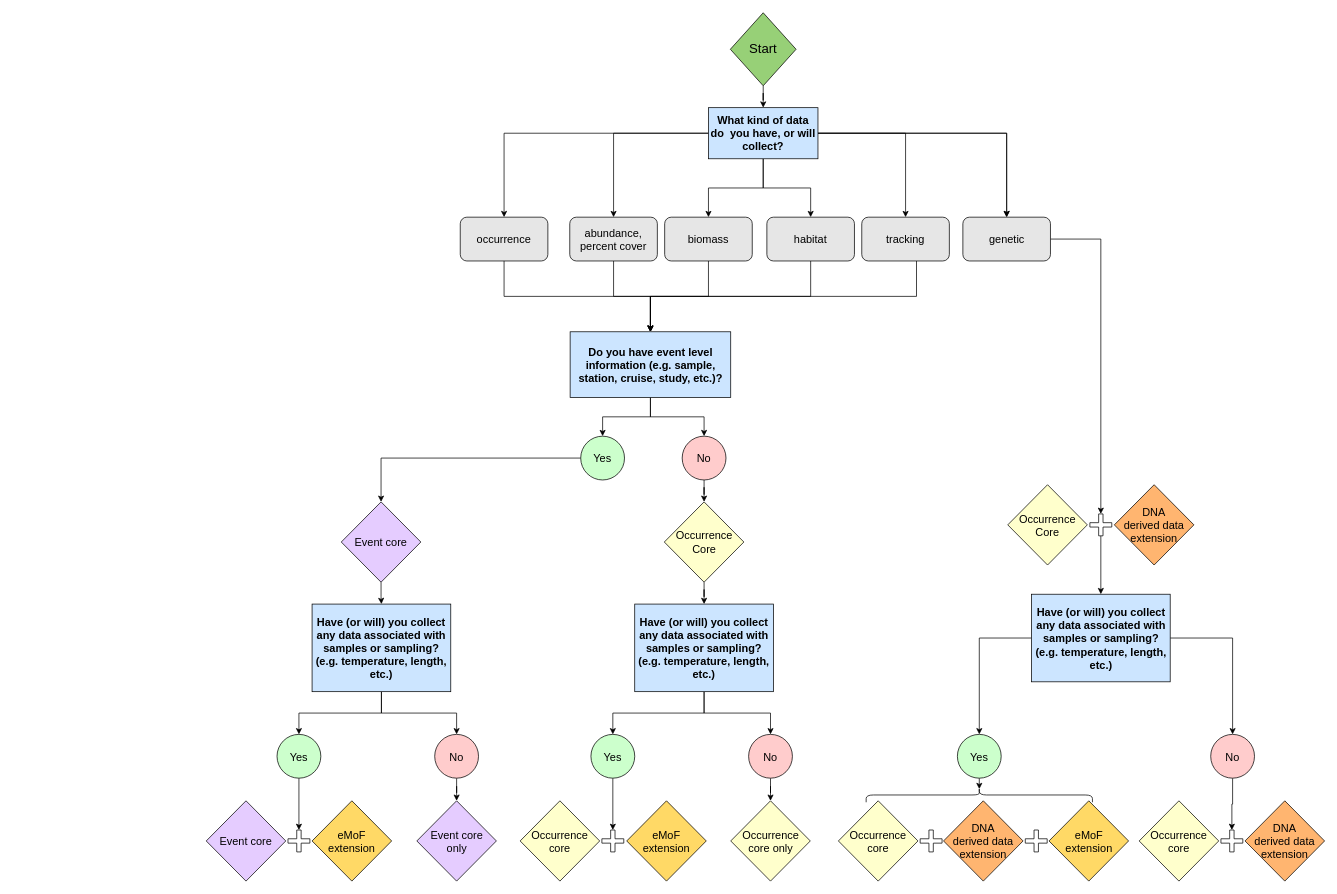
Earlier version of the draw.io diagram OBIS-dataStructure.drawio (EliLawrence/EL-manual). Source tidied: cells renumbered, new cells numbered last; positions are measured from the earlier drawing's top-left corner, leaving out a move shared by most shapes. Both pictures are drawn from the tidied source at 73%, with x=0, y=0 at pixel (206, 12).
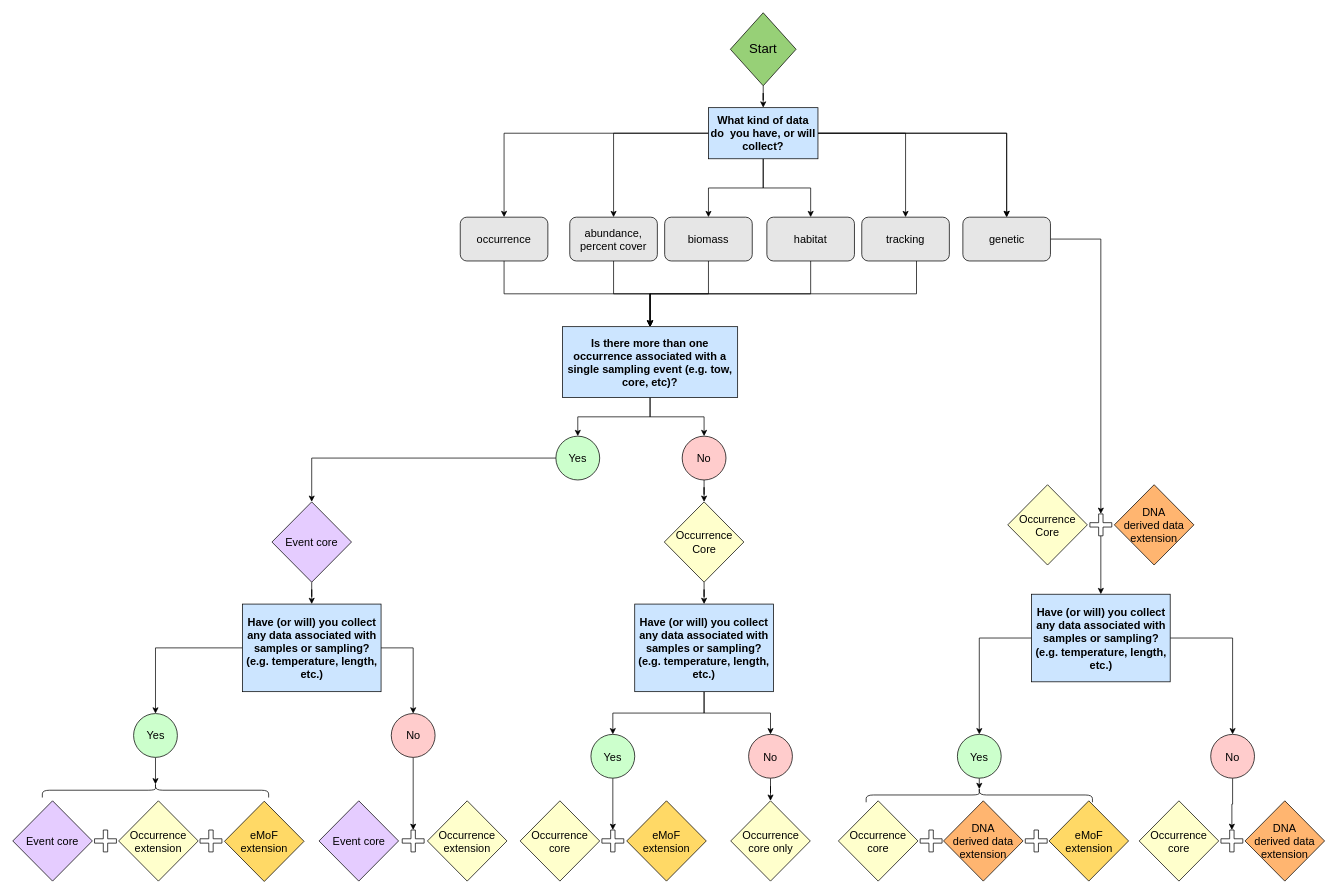
After the change.

Unchanged cells that the change refers to:
```xml
<mxCell id="9" value="What kind of data do&amp;nbsp; you have, or will collect?" style="rounded=0;whiteSpace=wrap;html=1;shadow=0;fillColor=#CCE5FF;fontStyle=1;fontSize=15;" parent="1" vertex="1">
  <mxGeometry x="688" y="130" width="150" height="70" as="geometry" />
</mxCell>
<mxCell id="10" value="occurrence" style="rounded=1;whiteSpace=wrap;html=1;fillColor=#E6E6E6;fontSize=15;" parent="1" vertex="1">
  <mxGeometry x="348" y="280" width="120" height="60" as="geometry" />
</mxCell>
<mxCell id="12" value="genetic" style="whiteSpace=wrap;html=1;rounded=1;fillColor=#E6E6E6;fontSize=15;" parent="1" vertex="1">
  <mxGeometry x="1036.5" y="280" width="120" height="60" as="geometry" />
</mxCell>
<mxCell id="15" value="biomass" style="whiteSpace=wrap;html=1;rounded=1;fillColor=#E6E6E6;fontSize=15;" parent="1" vertex="1">
  <mxGeometry x="628" y="280" width="120" height="60" as="geometry" />
</mxCell>
<mxCell id="17" value="tracking" style="whiteSpace=wrap;html=1;rounded=1;fillColor=#E6E6E6;fontSize=15;" parent="1" vertex="1">
  <mxGeometry x="898" y="280" width="120" height="60" as="geometry" />
</mxCell>
<mxCell id="19" value="habitat" style="whiteSpace=wrap;html=1;rounded=1;fillColor=#E6E6E6;fontSize=15;" parent="1" vertex="1">
  <mxGeometry x="768" y="280" width="120" height="60" as="geometry" />
</mxCell>
<mxCell id="24" value="abundance, percent cover" style="whiteSpace=wrap;html=1;rounded=1;fillColor=#E6E6E6;fontSize=15;" parent="1" vertex="1">
  <mxGeometry x="498" y="280" width="120" height="60" as="geometry" />
</mxCell>
<mxCell id="28" value="No" style="ellipse;whiteSpace=wrap;html=1;fillColor=#FFCCCC;fontSize=15;" parent="1" vertex="1">
  <mxGeometry x="652" y="580" width="60" height="60" as="geometry" />
</mxCell>
<mxCell id="35" value="Occurrence Core" style="rhombus;whiteSpace=wrap;html=1;fillColor=#FFFFCC;fontSize=15;" parent="1" vertex="1">
  <mxGeometry x="627.5" y="670" width="109" height="110" as="geometry" />
</mxCell>
```

The edit, as a diff of the source:
```diff
@@
-    <mxCell id="3" style="edgeStyle=orthogonalEdgeStyle;rounded=0;jettySize=auto;html=1;fontSize=15;" parent="1" edge="1" source="9" target="12">
-      <mxGeometry relative="1" as="geometry" />
-    </mxCell>
-    <mxCell id="4" style="edgeStyle=orthogonalEdgeStyle;rounded=0;jettySize=auto;html=1;fontSize=15;" parent="1" edge="1" source="9" target="12">
-      <mxGeometry relative="1" as="geometry" />
-    </mxCell>
+    <mxCell id="77" style="edgeStyle=orthogonalEdgeStyle;rounded=0;jettySize=auto;html=1;fontSize=15;" parent="1" edge="1" source="9" target="12">
+      <mxGeometry relative="1" as="geometry" />
+    </mxCell>
+    <mxCell id="78" style="edgeStyle=orthogonalEdgeStyle;rounded=0;jettySize=auto;html=1;fontSize=15;" parent="1" edge="1" source="9" target="12">
+      <mxGeometry relative="1" as="geometry" />
+    </mxCell>
@@
-    <mxCell id="13" style="edgeStyle=orthogonalEdgeStyle;rounded=0;jettySize=auto;html=1;exitX=0.5;exitY=1;exitDx=0;exitDy=0;fontSize=15;" parent="1" edge="1" source="24" target="22">
-      <mxGeometry relative="1" as="geometry" />
-    </mxCell>
-    <mxCell id="14" style="edgeStyle=orthogonalEdgeStyle;rounded=0;jettySize=auto;html=1;entryX=0.5;entryY=0;entryDx=0;entryDy=0;fontSize=15;" parent="1" edge="1" source="15" target="22">
-      <mxGeometry relative="1" as="geometry" />
-    </mxCell>
+    <mxCell id="79" style="edgeStyle=orthogonalEdgeStyle;rounded=0;jettySize=auto;html=1;exitX=0.5;exitY=1;exitDx=0;exitDy=0;fontSize=15;" parent="1" edge="1" source="24" target="85">
+      <mxGeometry relative="1" as="geometry" />
+    </mxCell>
+    <mxCell id="80" style="edgeStyle=orthogonalEdgeStyle;rounded=0;jettySize=auto;html=1;entryX=0.5;entryY=0;entryDx=0;entryDy=0;fontSize=15;" parent="1" edge="1" source="15" target="85">
+      <mxGeometry relative="1" as="geometry" />
+    </mxCell>
@@
-    <mxCell id="16" style="edgeStyle=orthogonalEdgeStyle;rounded=0;jettySize=auto;html=1;exitX=0.625;exitY=1;exitDx=0;exitDy=0;exitPerimeter=0;fontSize=15;" parent="1" edge="1" source="17" target="22">
-      <mxGeometry relative="1" as="geometry" />
-    </mxCell>
+    <mxCell id="81" style="edgeStyle=orthogonalEdgeStyle;rounded=0;jettySize=auto;html=1;exitX=0.625;exitY=1;exitDx=0;exitDy=0;exitPerimeter=0;fontSize=15;" parent="1" edge="1" source="17" target="85">
+      <mxGeometry relative="1" as="geometry" />
+    </mxCell>
@@
-    <mxCell id="18" style="edgeStyle=orthogonalEdgeStyle;rounded=0;jettySize=auto;html=1;entryX=0.5;entryY=0;entryDx=0;entryDy=0;exitX=0.5;exitY=1;exitDx=0;exitDy=0;fontSize=15;" parent="1" edge="1" source="19" target="22">
-      <mxGeometry relative="1" as="geometry" />
-    </mxCell>
+    <mxCell id="82" style="edgeStyle=orthogonalEdgeStyle;rounded=0;jettySize=auto;html=1;entryX=0.5;entryY=0;entryDx=0;entryDy=0;exitX=0.5;exitY=1;exitDx=0;exitDy=0;fontSize=15;" parent="1" edge="1" source="19" target="85">
+      <mxGeometry relative="1" as="geometry" />
+    </mxCell>
@@
-    <mxCell id="20" style="edgeStyle=orthogonalEdgeStyle;rounded=0;jettySize=auto;html=1;fontSize=15;" parent="1" edge="1" source="22" target="26">
-      <mxGeometry relative="1" as="geometry" />
-    </mxCell>
-    <mxCell id="21" style="edgeStyle=orthogonalEdgeStyle;rounded=0;jettySize=auto;html=1;fontSize=15;" parent="1" edge="1" source="22" target="28">
-      <mxGeometry relative="1" as="geometry" />
-    </mxCell>
-    <mxCell id="22" value="Do you have event level information (e.g. sample, station, cruise, study, etc.)?" style="whiteSpace=wrap;html=1;rounded=0;fontStyle=1;fillColor=#CCE5FF;fontSize=15;" parent="1" vertex="1">
-      <mxGeometry x="498.5" y="437" width="220" height="90" as="geometry" />
-    </mxCell>
-    <mxCell id="23" style="edgeStyle=orthogonalEdgeStyle;rounded=0;jettySize=auto;html=1;entryX=0.5;entryY=0;entryDx=0;entryDy=0;exitX=0.5;exitY=1;exitDx=0;exitDy=0;fontSize=15;" parent="1" edge="1" source="10" target="22">
-      <mxGeometry relative="1" as="geometry" />
-    </mxCell>
+    <mxCell id="83" style="edgeStyle=orthogonalEdgeStyle;rounded=0;jettySize=auto;html=1;fontSize=15;" parent="1" edge="1" source="85" target="88">
+      <mxGeometry relative="1" as="geometry" />
+    </mxCell>
+    <mxCell id="84" style="edgeStyle=orthogonalEdgeStyle;rounded=0;jettySize=auto;html=1;fontSize=15;" parent="1" edge="1" source="85" target="28">
+      <mxGeometry relative="1" as="geometry" />
+    </mxCell>
+    <mxCell id="85" value="&lt;span class=&quot;notion-enable-hover&quot;&gt;Is there more than one occurrence associated with a single sampling event (e.g. tow, core, etc)?&lt;/span&gt;" style="whiteSpace=wrap;html=1;rounded=0;fontStyle=1;fillColor=#CCE5FF;fontSize=15;" parent="1" vertex="1">
+      <mxGeometry x="488" y="430" width="240" height="97" as="geometry" />
+    </mxCell>
+    <mxCell id="86" style="edgeStyle=orthogonalEdgeStyle;rounded=0;jettySize=auto;html=1;entryX=0.5;entryY=0;entryDx=0;entryDy=0;exitX=0.5;exitY=1;exitDx=0;exitDy=0;fontSize=15;" parent="1" edge="1" source="10" target="85">
+      <mxGeometry relative="1" as="geometry" />
+    </mxCell>
@@
-    <mxCell id="25" style="edgeStyle=orthogonalEdgeStyle;rounded=0;jettySize=auto;html=1;fontSize=15;" parent="1" edge="1" source="26" target="33">
-      <mxGeometry relative="1" as="geometry" />
-    </mxCell>
-    <mxCell id="26" value="Yes" style="ellipse;whiteSpace=wrap;html=1;fillColor=#CCFFCC;fontSize=15;" parent="1" vertex="1">
-      <mxGeometry x="513" y="580" width="60" height="60" as="geometry" />
-    </mxCell>
+    <mxCell id="87" style="edgeStyle=orthogonalEdgeStyle;rounded=0;jettySize=auto;html=1;fontSize=15;exitX=0;exitY=0.5;exitDx=0;exitDy=0;" parent="1" edge="1" source="88" target="91">
+      <mxGeometry relative="1" as="geometry" />
+    </mxCell>
+    <mxCell id="88" value="Yes" style="ellipse;whiteSpace=wrap;html=1;fillColor=#CCFFCC;fontSize=15;" parent="1" vertex="1">
+      <mxGeometry x="479" y="580" width="60" height="60" as="geometry" />
+    </mxCell>
-    <mxCell id="27" style="edgeStyle=orthogonalEdgeStyle;rounded=0;jettySize=auto;html=1;fontSize=15;" parent="1" edge="1" source="28" target="35">
+    <mxCell id="27" style="edgeStyle=orthogonalEdgeStyle;rounded=0;jettySize=auto;html=1;fontSize=15;exitX=0.5;exitY=1;exitDx=0;exitDy=0;" parent="1" edge="1" source="28" target="35">
       <mxGeometry relative="1" as="geometry" />
     </mxCell>
@@
-    <mxCell id="29" style="edgeStyle=orthogonalEdgeStyle;rounded=0;jettySize=auto;html=1;fontSize=15;" parent="1" edge="1" source="31" target="37">
-      <mxGeometry relative="1" as="geometry" />
-    </mxCell>
+    <mxCell id="89" style="edgeStyle=orthogonalEdgeStyle;rounded=0;jettySize=auto;html=1;fontSize=15;" parent="1" edge="1" source="31" target="93">
+      <mxGeometry relative="1" as="geometry" />
+    </mxCell>
@@
     <mxCell id="31" value="&lt;b style=&quot;font-size: 15px;&quot;&gt;Have (or will) you collect any data associated with samples or sampling? (e.g. temperature, length, etc.)&lt;/b&gt;" style="whiteSpace=wrap;html=1;rounded=0;fillColor=#CCE5FF;fontSize=15;" parent="1" vertex="1">
-      <mxGeometry x="145" y="810" width="190" height="120" as="geometry" />
+      <mxGeometry x="49.5" y="810" width="190" height="120" as="geometry" />
     </mxCell>
-    <mxCell id="32" style="edgeStyle=orthogonalEdgeStyle;rounded=0;jettySize=auto;html=1;fontSize=15;" parent="1" edge="1" source="33" target="31">
-      <mxGeometry relative="1" as="geometry" />
-    </mxCell>
-    <mxCell id="33" value="Event core" style="rhombus;whiteSpace=wrap;html=1;fillColor=#E5CCFF;fontSize=15;" parent="1" vertex="1">
-      <mxGeometry x="185" y="670" width="109" height="110" as="geometry" />
-    </mxCell>
+    <mxCell id="90" style="edgeStyle=orthogonalEdgeStyle;rounded=0;jettySize=auto;html=1;fontSize=15;" parent="1" edge="1" source="91" target="31">
+      <mxGeometry relative="1" as="geometry" />
+    </mxCell>
+    <mxCell id="91" value="Event core" style="rhombus;whiteSpace=wrap;html=1;fillColor=#E5CCFF;fontSize=15;" parent="1" vertex="1">
+      <mxGeometry x="90" y="670" width="109" height="110" as="geometry" />
+    </mxCell>
@@
-    <mxCell id="36" style="edgeStyle=orthogonalEdgeStyle;rounded=0;jettySize=auto;html=1;entryX=0.5;entryY=0;entryDx=0;entryDy=0;entryPerimeter=0;fontSize=15;" parent="1" edge="1" source="37" target="60">
-      <mxGeometry relative="1" as="geometry" />
-    </mxCell>
-    <mxCell id="37" value="Yes" style="ellipse;whiteSpace=wrap;html=1;fillColor=#CCFFCC;fontSize=15;" parent="1" vertex="1">
-      <mxGeometry x="97" y="988.5" width="60" height="60" as="geometry" />
-    </mxCell>
-    <mxCell id="38" style="edgeStyle=orthogonalEdgeStyle;rounded=0;jettySize=auto;html=1;fontSize=15;" parent="1" edge="1" source="39" target="41">
-      <mxGeometry relative="1" as="geometry" />
-    </mxCell>
+    <mxCell id="92" style="edgeStyle=orthogonalEdgeStyle;rounded=0;jettySize=auto;html=1;entryX=0.1;entryY=0.5;entryDx=0;entryDy=0;entryPerimeter=0;fontSize=15;exitX=0.5;exitY=1;exitDx=0;exitDy=0;" parent="1" edge="1" source="93" target="101">
+      <mxGeometry relative="1" as="geometry" />
+    </mxCell>
+    <mxCell id="93" value="Yes" style="ellipse;whiteSpace=wrap;html=1;fillColor=#CCFFCC;fontSize=15;" parent="1" vertex="1">
+      <mxGeometry x="-99.5" y="960" width="60" height="60" as="geometry" />
+    </mxCell>
+    <mxCell id="94" style="edgeStyle=orthogonalEdgeStyle;rounded=0;jettySize=auto;html=1;fontSize=15;entryX=0.5;entryY=0;entryDx=0;entryDy=0;entryPerimeter=0;" parent="1" edge="1" source="39" target="99">
+      <mxGeometry relative="1" as="geometry" />
+    </mxCell>
     <mxCell id="39" value="No" style="ellipse;whiteSpace=wrap;html=1;fillColor=#FFCCCC;fontSize=15;" parent="1" vertex="1">
-      <mxGeometry x="313" y="988.5" width="60" height="60" as="geometry" />
+      <mxGeometry x="253.5" y="960" width="60" height="60" as="geometry" />
     </mxCell>
-    <mxCell id="40" value="Event core" style="rhombus;whiteSpace=wrap;html=1;fillColor=#E5CCFF;fontSize=15;" parent="1" vertex="1">
-      <mxGeometry y="1079.5" width="109" height="110" as="geometry" />
-    </mxCell>
-    <mxCell id="41" value="Event core &lt;br style=&quot;font-size: 15px;&quot;&gt;only" style="rhombus;whiteSpace=wrap;html=1;fillColor=#E5CCFF;fontSize=15;" parent="1" vertex="1">
-      <mxGeometry x="288.5" y="1079.5" width="109" height="110" as="geometry" />
-    </mxCell>
+    <mxCell id="95" value="Event core" style="rhombus;whiteSpace=wrap;html=1;fillColor=#E5CCFF;fontSize=15;" parent="1" vertex="1">
+      <mxGeometry x="-265" y="1079.5" width="109" height="110" as="geometry" />
+    </mxCell>
+    <mxCell id="96" value="Event core" style="rhombus;whiteSpace=wrap;html=1;fillColor=#E5CCFF;fontSize=15;" parent="1" vertex="1">
+      <mxGeometry x="154.5" y="1079.5" width="109" height="110" as="geometry" />
+    </mxCell>
@@
     <mxCell id="57" value="eMoF&lt;br style=&quot;font-size: 15px;&quot;&gt;extension" style="rhombus;whiteSpace=wrap;html=1;rounded=0;fillColor=#FFD966;fontSize=15;" parent="1" vertex="1">
-      <mxGeometry x="145" y="1079.5" width="109" height="110" as="geometry" />
+      <mxGeometry x="25" y="1080" width="109" height="110" as="geometry" />
     </mxCell>
@@
-    <mxCell id="60" style="shape=cross;whiteSpace=wrap;html=1;fontSize=15;" parent="1" vertex="1">
-      <mxGeometry x="112" y="1119.5" width="30" height="30" as="geometry" />
-    </mxCell>
+    <mxCell id="97" style="shape=cross;whiteSpace=wrap;html=1;fontSize=15;" parent="1" vertex="1">
+      <mxGeometry x="-153" y="1119.5" width="30" height="30" as="geometry" />
+    </mxCell>
@@
+    <mxCell id="98" value="Occurrence&lt;br style=&quot;font-size: 15px;&quot;&gt;extension" style="rhombus;whiteSpace=wrap;html=1;fillColor=#FFFFCC;fontSize=15;" parent="1" vertex="1">
+      <mxGeometry x="303" y="1079.5" width="109" height="110" as="geometry" />
+    </mxCell>
+    <mxCell id="99" style="shape=cross;whiteSpace=wrap;html=1;fontSize=15;" parent="1" vertex="1">
+      <mxGeometry x="268.5" y="1119.5" width="30" height="30" as="geometry" />
+    </mxCell>
+    <mxCell id="100" value="Occurrence&lt;br style=&quot;font-size: 15px;&quot;&gt;extension" style="rhombus;whiteSpace=wrap;html=1;fillColor=#FFFFCC;fontSize=15;" parent="1" vertex="1">
+      <mxGeometry x="-120" y="1079.5" width="109" height="110" as="geometry" />
+    </mxCell>
+    <mxCell id="101" style="shape=curlyBracket;whiteSpace=wrap;html=1;rounded=1;labelPosition=left;verticalLabelPosition=middle;align=right;verticalAlign=middle;rotation=90;fontSize=15;" parent="1" vertex="1">
+      <mxGeometry x="-79.5" y="910" width="20" height="310" as="geometry" />
+    </mxCell>
+    <mxCell id="102" style="shape=cross;whiteSpace=wrap;html=1;fontSize=15;" parent="1" vertex="1">
+      <mxGeometry x="-8.5" y="1119.5" width="30" height="30" as="geometry" />
+    </mxCell>
```
